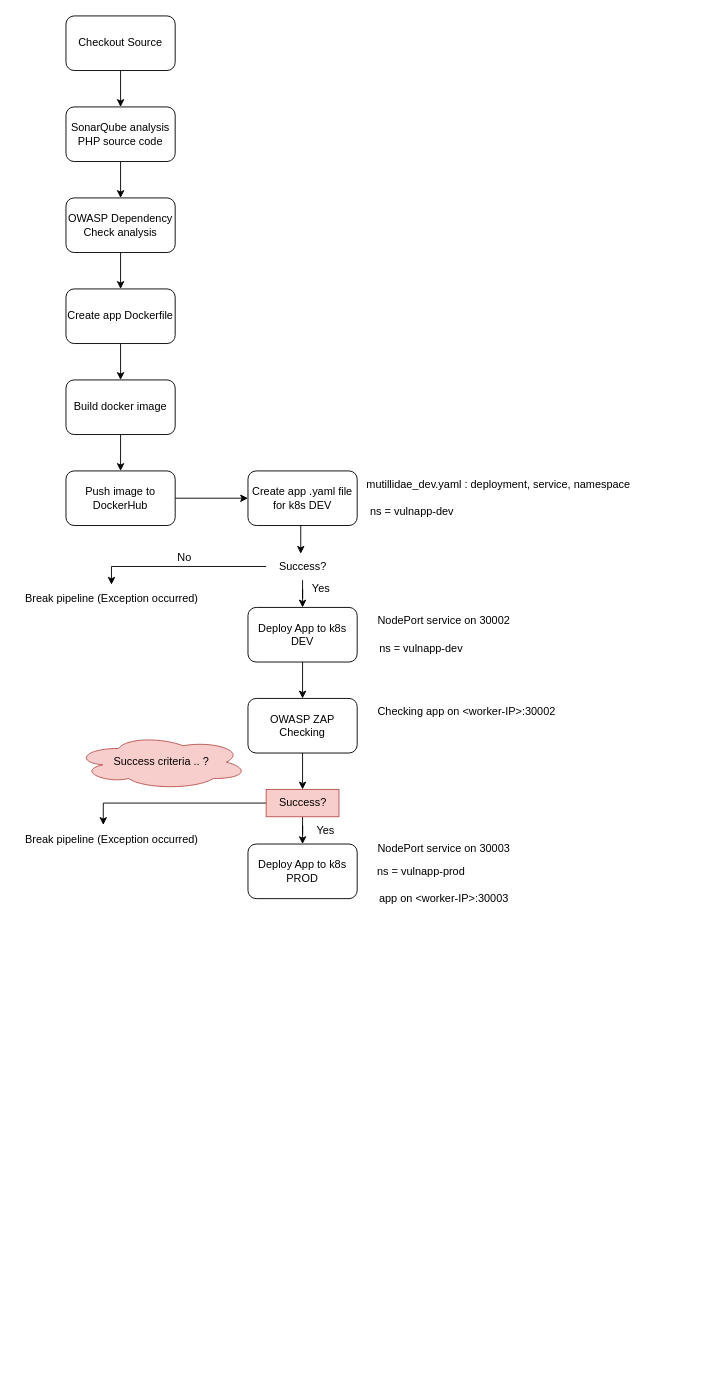
The draw.io diagram DAST_mutillidae.drawio in nshynkevich/sdlc_and_devops_module1, before the edit. Source tidied: cells renumbered, new cells numbered last; positions are measured from the earlier drawing's top-left corner, leaving out a move shared by most shapes. Both pictures are drawn from the tidied source at 91%, with x=0, y=0 at pixel (15, 15).
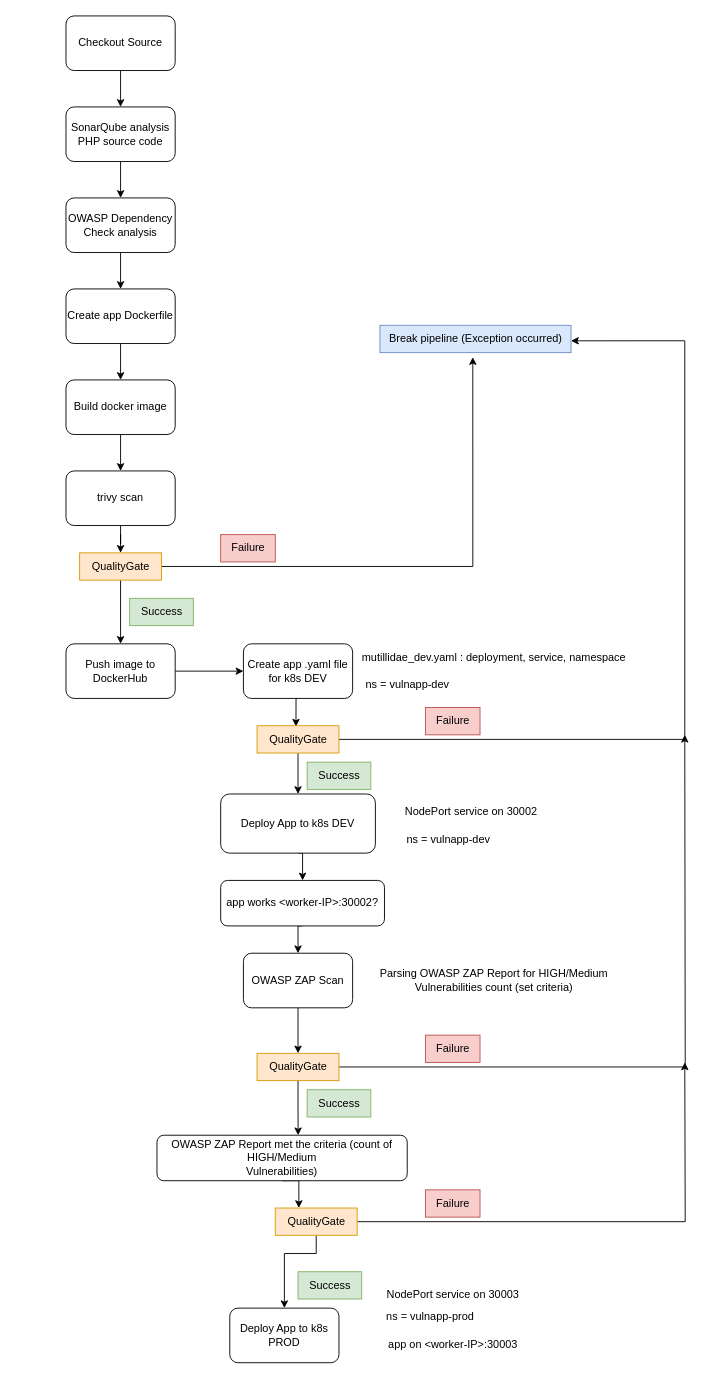
After the change.

Unchanged cells that the change refers to:
```xml
<mxCell id="11" value="Build docker image" style="rounded=1;whiteSpace=wrap;html=1;" parent="1" vertex="1">
  <mxGeometry x="55" y="400" width="120" height="60" as="geometry" />
</mxCell>
```

Diff of the diagram source:
```diff
@@
-    <mxCell id="10" style="edgeStyle=orthogonalEdgeStyle;rounded=0;jettySize=auto;html=1;exitX=0.5;exitY=1;exitDx=0;exitDy=0;entryX=0.5;entryY=0;entryDx=0;entryDy=0;" parent="1" edge="1" source="11" target="13">
-      <mxGeometry relative="1" as="geometry" />
-    </mxCell>
+    <mxCell id="41" style="edgeStyle=orthogonalEdgeStyle;rounded=0;jettySize=auto;html=1;exitX=0.5;exitY=1;exitDx=0;exitDy=0;entryX=0.5;entryY=0;entryDx=0;entryDy=0;" parent="1" edge="1" source="11" target="47">
+      <mxGeometry relative="1" as="geometry" />
+    </mxCell>
@@
     <mxCell id="13" value="Push image to DockerHub" style="rounded=1;whiteSpace=wrap;html=1;" parent="1" vertex="1">
-      <mxGeometry x="55" y="500" width="120" height="60" as="geometry" />
+      <mxGeometry x="55" y="690" width="120" height="60" as="geometry" />
     </mxCell>
@@
     <mxCell id="15" value="Create app .yaml file for k8s DEV" style="rounded=1;whiteSpace=wrap;html=1;" parent="1" vertex="1">
-      <mxGeometry x="255" y="500" width="120" height="60" as="geometry" />
+      <mxGeometry x="250" y="690" width="120" height="60" as="geometry" />
     </mxCell>
-    <mxCell id="16" style="edgeStyle=orthogonalEdgeStyle;rounded=0;jettySize=auto;html=1;exitX=0.5;exitY=1;exitDx=0;exitDy=0;entryX=0.5;entryY=0;entryDx=0;entryDy=0;" parent="1" edge="1" source="17" target="29">
-      <mxGeometry relative="1" as="geometry" />
-    </mxCell>
+    <mxCell id="42" style="edgeStyle=orthogonalEdgeStyle;rounded=0;jettySize=auto;html=1;exitX=0.5;exitY=1;exitDx=0;exitDy=0;entryX=0.5;entryY=0;entryDx=0;entryDy=0;" parent="1" edge="1" source="17" target="55">
+      <mxGeometry relative="1" as="geometry" />
+    </mxCell>
     <mxCell id="17" value="Deploy App to k8s DEV" style="rounded=1;whiteSpace=wrap;html=1;" parent="1" vertex="1">
-      <mxGeometry x="255" y="650" width="120" height="60" as="geometry" />
+      <mxGeometry x="225" y="855" width="170" height="65" as="geometry" />
     </mxCell>
     <mxCell id="18" value="NodePort service on 30002" style="text;html=1;align=center;verticalAlign=middle;strokeColor=none;fillColor=none;" parent="1" vertex="1">
-      <mxGeometry x="385" y="650" width="170" height="30" as="geometry" />
+      <mxGeometry x="415" y="860" width="170" height="30" as="geometry" />
     </mxCell>
     <mxCell id="19" value="mutillidae_dev.yaml : deployment, service, namespace" style="text;html=1;align=center;verticalAlign=middle;strokeColor=none;fillColor=none;" parent="1" vertex="1">
-      <mxGeometry x="375" y="500" width="310" height="30" as="geometry" />
+      <mxGeometry x="370" y="690" width="310" height="30" as="geometry" />
     </mxCell>
     <mxCell id="20" value="ns = vulnapp-dev" style="text;html=1;align=center;verticalAlign=middle;strokeColor=none;fillColor=none;" parent="1" vertex="1">
-      <mxGeometry x="375" y="530" width="120" height="30" as="geometry" />
+      <mxGeometry x="370" y="720" width="120" height="30" as="geometry" />
     </mxCell>
     <mxCell id="21" value="ns = vulnapp-dev" style="text;html=1;align=center;verticalAlign=middle;strokeColor=none;fillColor=none;" parent="1" vertex="1">
-      <mxGeometry x="385" y="680" width="120" height="30" as="geometry" />
+      <mxGeometry x="415" y="890" width="120" height="30" as="geometry" />
     </mxCell>
@@
-    <mxCell id="23" style="edgeStyle=orthogonalEdgeStyle;rounded=0;jettySize=auto;html=1;" parent="1" edge="1" source="24" target="25">
-      <mxGeometry relative="1" as="geometry" />
-    </mxCell>
+    <mxCell id="43" style="edgeStyle=orthogonalEdgeStyle;rounded=0;jettySize=auto;html=1;entryX=1;entryY=0.567;entryDx=0;entryDy=0;entryPerimeter=0;" parent="1" edge="1" source="24" target="61">
+      <mxGeometry relative="1" as="geometry">
+        <Array as="points">
+          <mxPoint x="735" y="795" />
+          <mxPoint x="735" y="357" />
+        </Array>
+      </mxGeometry>
+    </mxCell>
-    <mxCell id="24" value="Success?" style="text;html=1;align=center;verticalAlign=middle;points=[];strokeColor=none;fillColor=none;" parent="1" vertex="1">
-      <mxGeometry x="275" y="590" width="80" height="30" as="geometry" />
+    <mxCell id="24" value="QualityGate" style="text;html=1;align=center;verticalAlign=middle;points=[];strokeColor=#d79b00;fillColor=#ffe6cc;" parent="1" vertex="1">
+      <mxGeometry x="265" y="780" width="90" height="30" as="geometry" />
     </mxCell>
-    <mxCell id="25" value="Break pipeline (Exception occurred)" style="text;html=1;align=center;verticalAlign=middle;points=[];strokeColor=none;fillColor=none;" parent="1" vertex="1">
-      <mxGeometry y="625" width="210" height="30" as="geometry" />
-    </mxCell>
-    <mxCell id="26" value="Yes" style="text;html=1;align=center;verticalAlign=middle;strokeColor=none;fillColor=none;" parent="1" vertex="1">
-      <mxGeometry x="315" y="615" width="40" height="30" as="geometry" />
-    </mxCell>
-    <mxCell id="27" value="No" style="text;html=1;align=center;verticalAlign=middle;strokeColor=none;fillColor=none;" parent="1" vertex="1">
-      <mxGeometry x="165" y="580" width="40" height="30" as="geometry" />
-    </mxCell>
-    <mxCell id="28" style="edgeStyle=orthogonalEdgeStyle;rounded=0;jettySize=auto;html=1;exitX=0.5;exitY=1;exitDx=0;exitDy=0;" parent="1" edge="1" source="29" target="33">
-      <mxGeometry relative="1" as="geometry" />
-    </mxCell>
+    <mxCell id="44" style="edgeStyle=orthogonalEdgeStyle;rounded=0;jettySize=auto;html=1;exitX=0.5;exitY=1;exitDx=0;exitDy=0;" parent="1" edge="1" source="29" target="60">
+      <mxGeometry relative="1" as="geometry" />
+    </mxCell>
-    <mxCell id="29" value="OWASP ZAP Checking" style="rounded=1;whiteSpace=wrap;html=1;" parent="1" vertex="1">
-      <mxGeometry x="255" y="750" width="120" height="60" as="geometry" />
+    <mxCell id="29" value="OWASP ZAP Scan" style="rounded=1;whiteSpace=wrap;html=1;" parent="1" vertex="1">
+      <mxGeometry x="250" y="1030" width="120" height="60" as="geometry" />
     </mxCell>
-    <mxCell id="30" value="Checking app on &amp;lt;worker-IP&amp;gt;:30002" style="text;html=1;align=center;verticalAlign=middle;strokeColor=none;fillColor=none;" parent="1" vertex="1">
-      <mxGeometry x="385" y="750" width="220" height="30" as="geometry" />
-    </mxCell>
     <mxCell id="31" style="edgeStyle=orthogonalEdgeStyle;rounded=0;jettySize=auto;html=1;entryX=0.5;entryY=0;entryDx=0;entryDy=0;" parent="1" edge="1" source="33" target="34">
-      <mxGeometry relative="1" as="geometry" />
+      <mxGeometry relative="1" as="geometry">
+        <Array as="points">
+          <mxPoint x="330" y="1360" />
+          <mxPoint x="295" y="1360" />
+        </Array>
+      </mxGeometry>
     </mxCell>
-    <mxCell id="32" style="edgeStyle=orthogonalEdgeStyle;rounded=0;jettySize=auto;html=1;entryX=0.457;entryY=-0.033;entryDx=0;entryDy=0;entryPerimeter=0;" parent="1" edge="1" source="33" target="36">
-      <mxGeometry relative="1" as="geometry" />
-    </mxCell>
+    <mxCell id="45" style="edgeStyle=orthogonalEdgeStyle;rounded=0;jettySize=auto;html=1;" parent="1" edge="1" source="33">
+      <mxGeometry relative="1" as="geometry">
+        <mxPoint x="735" y="1150" as="targetPoint" />
+      </mxGeometry>
+    </mxCell>
-    <mxCell id="33" value="Success?" style="text;html=1;align=center;verticalAlign=middle;points=[];strokeColor=#b85450;fillColor=#f8cecc;" parent="1" vertex="1">
-      <mxGeometry x="275" y="850" width="80" height="30" as="geometry" />
+    <mxCell id="33" value="QualityGate" style="text;html=1;align=center;verticalAlign=middle;points=[];strokeColor=#d79b00;fillColor=#ffe6cc;" parent="1" vertex="1">
+      <mxGeometry x="285" y="1310" width="90" height="30" as="geometry" />
     </mxCell>
     <mxCell id="34" value="Deploy App to k8s PROD" style="rounded=1;whiteSpace=wrap;html=1;" parent="1" vertex="1">
-      <mxGeometry x="255" y="910" width="120" height="60" as="geometry" />
+      <mxGeometry x="235" y="1420" width="120" height="60" as="geometry" />
     </mxCell>
-    <mxCell id="35" value="Yes" style="text;html=1;align=center;verticalAlign=middle;strokeColor=none;fillColor=none;" parent="1" vertex="1">
-      <mxGeometry x="320" y="880" width="40" height="30" as="geometry" />
-    </mxCell>
-    <mxCell id="36" value="Break pipeline (Exception occurred)" style="text;html=1;align=center;verticalAlign=middle;points=[];strokeColor=none;fillColor=none;" parent="1" vertex="1">
-      <mxGeometry y="890" width="210" height="30" as="geometry" />
-    </mxCell>
     <mxCell id="37" value="NodePort service on 30003" style="text;html=1;align=center;verticalAlign=middle;strokeColor=none;fillColor=none;" parent="1" vertex="1">
-      <mxGeometry x="385" y="900" width="170" height="30" as="geometry" />
+      <mxGeometry x="395" y="1390" width="170" height="30" as="geometry" />
     </mxCell>
     <mxCell id="38" value="ns = vulnapp-prod" style="text;html=1;align=center;verticalAlign=middle;strokeColor=none;fillColor=none;" parent="1" vertex="1">
-      <mxGeometry x="385" y="925" width="120" height="30" as="geometry" />
+      <mxGeometry x="395" y="1415" width="120" height="30" as="geometry" />
     </mxCell>
     <mxCell id="39" value="&lt;div&gt;app on &amp;lt;worker-IP&amp;gt;:30003&lt;/div&gt;" style="text;html=1;align=center;verticalAlign=middle;strokeColor=none;fillColor=none;" parent="1" vertex="1">
-      <mxGeometry x="385" y="955" width="170" height="30" as="geometry" />
+      <mxGeometry x="395" y="1445" width="170" height="30" as="geometry" />
     </mxCell>
-    <mxCell id="40" value="Success criteria .. ?" style="ellipse;shape=cloud;whiteSpace=wrap;html=1;fillColor=#f8cecc;strokeColor=#b85450;" parent="1" vertex="1">
-      <mxGeometry x="65" y="790" width="190" height="60" as="geometry" />
-    </mxCell>
+    <mxCell id="46" style="edgeStyle=orthogonalEdgeStyle;rounded=0;jettySize=auto;html=1;exitX=0.5;exitY=1;exitDx=0;exitDy=0;" parent="1" edge="1" source="47" target="50">
+      <mxGeometry relative="1" as="geometry" />
+    </mxCell>
+    <mxCell id="47" value="trivy scan" style="rounded=1;whiteSpace=wrap;html=1;" parent="1" vertex="1">
+      <mxGeometry x="55" y="500" width="120" height="60" as="geometry" />
+    </mxCell>
+    <mxCell id="48" style="edgeStyle=orthogonalEdgeStyle;rounded=0;jettySize=auto;html=1;entryX=0.5;entryY=0;entryDx=0;entryDy=0;" parent="1" edge="1" source="50" target="13">
+      <mxGeometry relative="1" as="geometry" />
+    </mxCell>
+    <mxCell id="49" style="edgeStyle=orthogonalEdgeStyle;rounded=0;jettySize=auto;html=1;entryX=0.486;entryY=1.167;entryDx=0;entryDy=0;entryPerimeter=0;" parent="1" edge="1" source="50" target="61">
+      <mxGeometry relative="1" as="geometry" />
+    </mxCell>
+    <mxCell id="50" value="QualityGate" style="text;html=1;align=center;verticalAlign=middle;points=[];strokeColor=#d79b00;fillColor=#ffe6cc;" parent="1" vertex="1">
+      <mxGeometry x="70" y="590" width="90" height="30" as="geometry" />
+    </mxCell>
+    <mxCell id="51" value="Success" style="text;html=1;align=center;verticalAlign=middle;strokeColor=#82b366;fillColor=#d5e8d4;" parent="1" vertex="1">
+      <mxGeometry x="125" y="640" width="70" height="30" as="geometry" />
+    </mxCell>
+    <mxCell id="52" value="Failure" style="text;html=1;align=center;verticalAlign=middle;strokeColor=#b85450;fillColor=#f8cecc;" parent="1" vertex="1">
+      <mxGeometry x="225" y="570" width="60" height="30" as="geometry" />
+    </mxCell>
+    <mxCell id="53" value="&lt;div&gt;Parsing OWASP ZAP Report for HIGH/Medium &lt;br&gt;&lt;/div&gt;&lt;div&gt;Vulnerabilities count (set criteria)&lt;/div&gt;" style="text;html=1;align=center;verticalAlign=middle;strokeColor=none;fillColor=none;" parent="1" vertex="1">
+      <mxGeometry x="390" y="1040" width="270" height="40" as="geometry" />
+    </mxCell>
+    <mxCell id="54" style="edgeStyle=orthogonalEdgeStyle;rounded=0;jettySize=auto;html=1;exitX=0.5;exitY=1;exitDx=0;exitDy=0;entryX=0.5;entryY=0;entryDx=0;entryDy=0;" parent="1" edge="1" source="55" target="29">
+      <mxGeometry relative="1" as="geometry" />
+    </mxCell>
+    <mxCell id="55" value="app works &amp;lt;worker-IP&amp;gt;:30002?" style="rounded=1;whiteSpace=wrap;html=1;" parent="1" vertex="1">
+      <mxGeometry x="225" y="950" width="180" height="50" as="geometry" />
+    </mxCell>
+    <mxCell id="56" style="edgeStyle=orthogonalEdgeStyle;rounded=0;jettySize=auto;html=1;exitX=0.5;exitY=1;exitDx=0;exitDy=0;entryX=0.288;entryY=0;entryDx=0;entryDy=0;entryPerimeter=0;" parent="1" edge="1" source="57" target="33">
+      <mxGeometry relative="1" as="geometry" />
+    </mxCell>
+    <mxCell id="57" value="&lt;div&gt;OWASP ZAP Report met the criteria (count of HIGH/Medium &lt;br&gt;&lt;/div&gt;&lt;div&gt;Vulnerabilities)&lt;/div&gt;" style="rounded=1;whiteSpace=wrap;html=1;" parent="1" vertex="1">
+      <mxGeometry x="155" y="1230" width="275" height="50" as="geometry" />
+    </mxCell>
+    <mxCell id="58" style="edgeStyle=orthogonalEdgeStyle;rounded=0;jettySize=auto;html=1;entryX=0.564;entryY=0;entryDx=0;entryDy=0;entryPerimeter=0;" parent="1" edge="1" source="60" target="57">
+      <mxGeometry relative="1" as="geometry" />
+    </mxCell>
+    <mxCell id="59" style="edgeStyle=orthogonalEdgeStyle;rounded=0;jettySize=auto;html=1;" parent="1" edge="1" source="60">
+      <mxGeometry relative="1" as="geometry">
+        <mxPoint x="735" y="790" as="targetPoint" />
+      </mxGeometry>
+    </mxCell>
+    <mxCell id="60" value="QualityGate" style="text;html=1;align=center;verticalAlign=middle;points=[];strokeColor=#d79b00;fillColor=#ffe6cc;" parent="1" vertex="1">
+      <mxGeometry x="265" y="1140" width="90" height="30" as="geometry" />
+    </mxCell>
+    <mxCell id="61" value="Break pipeline (Exception occurred)" style="text;html=1;align=center;verticalAlign=middle;points=[];strokeColor=#6c8ebf;fillColor=#dae8fc;" parent="1" vertex="1">
+      <mxGeometry x="400" y="340" width="210" height="30" as="geometry" />
+    </mxCell>
+    <mxCell id="62" value="Failure" style="text;html=1;align=center;verticalAlign=middle;strokeColor=#b85450;fillColor=#f8cecc;" parent="1" vertex="1">
+      <mxGeometry x="450" y="760" width="60" height="30" as="geometry" />
+    </mxCell>
+    <mxCell id="63" value="Failure" style="text;html=1;align=center;verticalAlign=middle;strokeColor=#b85450;fillColor=#f8cecc;" parent="1" vertex="1">
+      <mxGeometry x="450" y="1120" width="60" height="30" as="geometry" />
+    </mxCell>
+    <mxCell id="64" value="Failure" style="text;html=1;align=center;verticalAlign=middle;strokeColor=#b85450;fillColor=#f8cecc;" parent="1" vertex="1">
+      <mxGeometry x="450" y="1290" width="60" height="30" as="geometry" />
+    </mxCell>
+    <mxCell id="65" value="Success" style="text;html=1;align=center;verticalAlign=middle;strokeColor=#82b366;fillColor=#d5e8d4;" parent="1" vertex="1">
+      <mxGeometry x="320" y="820" width="70" height="30" as="geometry" />
+    </mxCell>
+    <mxCell id="66" value="Success" style="text;html=1;align=center;verticalAlign=middle;strokeColor=#82b366;fillColor=#d5e8d4;" parent="1" vertex="1">
+      <mxGeometry x="320" y="1180" width="70" height="30" as="geometry" />
+    </mxCell>
+    <mxCell id="67" value="Success" style="text;html=1;align=center;verticalAlign=middle;strokeColor=#82b366;fillColor=#d5e8d4;" parent="1" vertex="1">
+      <mxGeometry x="310" y="1380" width="70" height="30" as="geometry" />
+    </mxCell>
```
